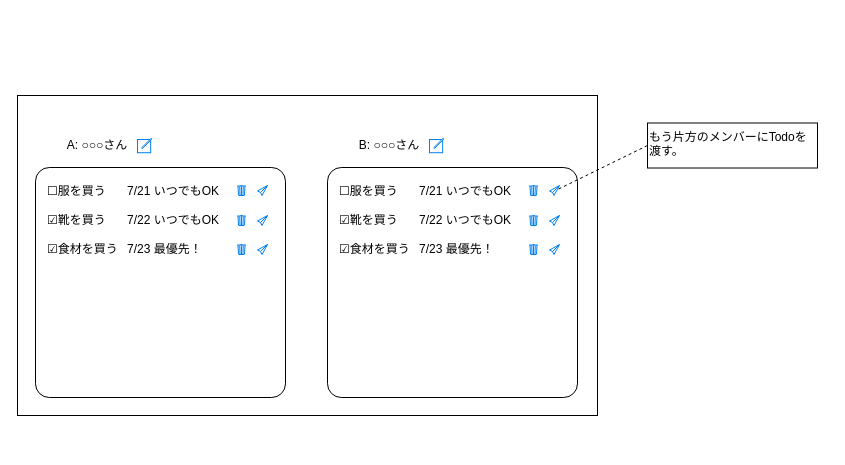
Above: page "画面イメージ" (2 of 2) of ddd/ddd-sample-app-cs/docs/ドメインモデル.drawio in atman-33/system-dev-docs (draw.io), before the change. Source tidied: cells renumbered, new cells numbered last; positions are measured from the earlier drawing's top-left corner, leaving out a move shared by most shapes. Both pictures are drawn from the tidied source at 100%, with x=0, y=0 at pixel (17, 95).
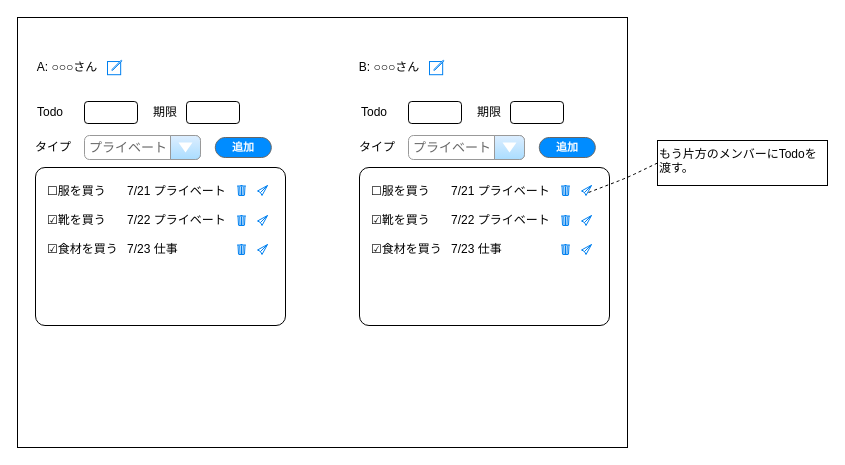
After the change.

Diff of the diagram source:
```diff
@@
     <mxCell id="2" style="rounded=0;whiteSpace=wrap;html=1;" parent="1" vertex="1">
-      <mxGeometry width="580" height="320" as="geometry" />
+      <mxGeometry y="-78" width="610" height="430" as="geometry" />
     </mxCell>
     <mxCell id="3" style="rounded=1;whiteSpace=wrap;html=1;arcSize=6;" parent="1" vertex="1">
-      <mxGeometry x="18" y="72" width="250" height="230" as="geometry" />
+      <mxGeometry x="18" y="72" width="250" height="158" as="geometry" />
     </mxCell>
     <mxCell id="4" value="A: ○○○さん" style="text;html=1;strokeColor=none;fillColor=none;align=center;verticalAlign=middle;whiteSpace=wrap;rounded=0;" parent="1" vertex="1">
-      <mxGeometry x="40" y="40" width="80" height="20" as="geometry" />
+      <mxGeometry x="10" y="-38" width="80" height="20" as="geometry" />
     </mxCell>
-    <mxCell id="5" value="&lt;span style=&quot;background-color: initial;&quot;&gt;☐服を買う&lt;span style=&quot;&quot;&gt;&#9;&lt;span style=&quot;white-space: pre;&quot;&gt;&#9;&lt;/span&gt;&lt;/span&gt;7/21&lt;span style=&quot;&quot;&gt;&#9;&lt;/span&gt;いつでもOK&lt;br&gt;&lt;br&gt;&lt;/span&gt;☑靴を買う&lt;span style=&quot;border-color: var(--border-color);&quot;&gt;&#9;&lt;span style=&quot;white-space: pre;&quot;&gt;&#9;&lt;/span&gt;&lt;/span&gt;7/22&lt;span style=&quot;border-color: var(--border-color);&quot;&gt;&amp;nbsp;&lt;/span&gt;いつでもOK&lt;br&gt;&lt;br&gt;☑食材を買う&lt;span style=&quot;border-color: var(--border-color);&quot;&gt;&#9;&lt;span style=&quot;white-space: pre;&quot;&gt;&#9;&lt;/span&gt;&lt;/span&gt;7/23&lt;span style=&quot;border-color: var(--border-color);&quot;&gt;&amp;nbsp;最優先！&lt;/span&gt;&lt;span style=&quot;background-color: initial;&quot;&gt;&lt;br&gt;&lt;/span&gt;" style="text;strokeColor=none;fillColor=none;html=1;whiteSpace=wrap;verticalAlign=top;overflow=hidden;" parent="1" vertex="1">
+    <mxCell id="5" value="&lt;span style=&quot;background-color: initial;&quot;&gt;☐服を買う&lt;span style=&quot;&quot;&gt;&#9;&lt;span style=&quot;white-space: pre;&quot;&gt;&#9;&lt;/span&gt;&lt;/span&gt;7/21&lt;span style=&quot;white-space: pre;&quot;&gt;&#9;&lt;/span&gt;プライベート&lt;br&gt;&lt;br&gt;&lt;/span&gt;☑靴を買う&lt;span style=&quot;border-color: var(--border-color);&quot;&gt;&#9;&lt;span style=&quot;white-space: pre;&quot;&gt;&#9;&lt;/span&gt;&lt;/span&gt;7/22&lt;span style=&quot;border-color: var(--border-color);&quot;&gt;&amp;nbsp;プライベート&lt;/span&gt;&lt;br&gt;&lt;br&gt;☑食材を買う&lt;span style=&quot;border-color: var(--border-color);&quot;&gt;&#9;&lt;span style=&quot;white-space: pre;&quot;&gt;&#9;&lt;/span&gt;&lt;/span&gt;7/23&lt;span style=&quot;border-color: var(--border-color);&quot;&gt;&amp;nbsp;仕事&lt;/span&gt;&lt;span style=&quot;background-color: initial;&quot;&gt;&lt;br&gt;&lt;/span&gt;" style="text;strokeColor=none;fillColor=none;html=1;whiteSpace=wrap;verticalAlign=top;overflow=hidden;" parent="1" vertex="1">
       <mxGeometry x="28" y="82" width="230" height="80" as="geometry" />
     </mxCell>
@@
     <mxCell id="9" style="html=1;verticalLabelPosition=bottom;align=center;labelBackgroundColor=#ffffff;verticalAlign=top;strokeWidth=1;strokeColor=#0080F0;shadow=0;dashed=0;shape=mxgraph.ios7.icons.edit;fontSize=12;" parent="1" vertex="1">
-      <mxGeometry x="120" y="42.8" width="14.4" height="14.4" as="geometry" />
+      <mxGeometry x="90" y="-35.2" width="14.4" height="14.4" as="geometry" />
     </mxCell>
@@
-    <mxCell id="13" style="rounded=1;whiteSpace=wrap;html=1;arcSize=6;" parent="1" vertex="1">
-      <mxGeometry x="310" y="72" width="250" height="230" as="geometry" />
-    </mxCell>
     <mxCell id="14" value="B: ○○○さん" style="text;html=1;strokeColor=none;fillColor=none;align=center;verticalAlign=middle;whiteSpace=wrap;rounded=0;" parent="1" vertex="1">
-      <mxGeometry x="332" y="40" width="80" height="20" as="geometry" />
+      <mxGeometry x="332" y="-38" width="80" height="20" as="geometry" />
     </mxCell>
-    <mxCell id="15" value="&lt;span style=&quot;background-color: initial;&quot;&gt;☐服を買う&lt;span style=&quot;&quot;&gt;&#9;&lt;span style=&quot;white-space: pre;&quot;&gt;&#9;&lt;/span&gt;&lt;/span&gt;7/21&lt;span style=&quot;&quot;&gt;&#9;&lt;/span&gt;いつでもOK&lt;br&gt;&lt;br&gt;&lt;/span&gt;☑靴を買う&lt;span style=&quot;border-color: var(--border-color);&quot;&gt;&#9;&lt;span style=&quot;white-space: pre;&quot;&gt;&#9;&lt;/span&gt;&lt;/span&gt;7/22&lt;span style=&quot;border-color: var(--border-color);&quot;&gt;&amp;nbsp;&lt;/span&gt;いつでもOK&lt;br&gt;&lt;br&gt;☑食材を買う&lt;span style=&quot;border-color: var(--border-color);&quot;&gt;&#9;&lt;span style=&quot;white-space: pre;&quot;&gt;&#9;&lt;/span&gt;&lt;/span&gt;7/23&lt;span style=&quot;border-color: var(--border-color);&quot;&gt;&amp;nbsp;最優先！&lt;/span&gt;&lt;span style=&quot;background-color: initial;&quot;&gt;&lt;br&gt;&lt;/span&gt;" style="text;strokeColor=none;fillColor=none;html=1;whiteSpace=wrap;verticalAlign=top;overflow=hidden;" parent="1" vertex="1">
-      <mxGeometry x="320" y="82" width="230" height="80" as="geometry" />
-    </mxCell>
-    <mxCell id="16" style="html=1;verticalLabelPosition=bottom;align=center;labelBackgroundColor=#ffffff;verticalAlign=top;strokeWidth=1;strokeColor=#0080F0;shadow=0;dashed=0;shape=mxgraph.ios7.icons.trashcan;fontSize=12;" parent="1" vertex="1">
-      <mxGeometry x="512" y="90" width="8" height="10" as="geometry" />
-    </mxCell>
-    <mxCell id="17" style="html=1;verticalLabelPosition=bottom;align=center;labelBackgroundColor=#ffffff;verticalAlign=top;strokeWidth=1;strokeColor=#0080F0;shadow=0;dashed=0;shape=mxgraph.ios7.icons.trashcan;fontSize=12;" parent="1" vertex="1">
-      <mxGeometry x="512" y="120" width="8" height="10" as="geometry" />
-    </mxCell>
-    <mxCell id="18" style="html=1;verticalLabelPosition=bottom;align=center;labelBackgroundColor=#ffffff;verticalAlign=top;strokeWidth=1;strokeColor=#0080F0;shadow=0;dashed=0;shape=mxgraph.ios7.icons.trashcan;fontSize=12;" parent="1" vertex="1">
-      <mxGeometry x="512" y="149" width="8" height="10" as="geometry" />
-    </mxCell>
     <mxCell id="19" style="html=1;verticalLabelPosition=bottom;align=center;labelBackgroundColor=#ffffff;verticalAlign=top;strokeWidth=1;strokeColor=#0080F0;shadow=0;dashed=0;shape=mxgraph.ios7.icons.edit;fontSize=12;" parent="1" vertex="1">
-      <mxGeometry x="412" y="42.8" width="14.4" height="14.4" as="geometry" />
+      <mxGeometry x="412" y="-35.2" width="14.4" height="14.4" as="geometry" />
     </mxCell>
-    <mxCell id="20" style="html=1;verticalLabelPosition=bottom;align=center;labelBackgroundColor=#ffffff;verticalAlign=top;strokeWidth=1;strokeColor=#0080F0;shadow=0;dashed=0;shape=mxgraph.ios7.icons.pointer;fontSize=12;" parent="1" vertex="1">
-      <mxGeometry x="532" y="90" width="10" height="10" as="geometry" />
-    </mxCell>
-    <mxCell id="21" style="html=1;verticalLabelPosition=bottom;align=center;labelBackgroundColor=#ffffff;verticalAlign=top;strokeWidth=1;strokeColor=#0080F0;shadow=0;dashed=0;shape=mxgraph.ios7.icons.pointer;fontSize=12;" parent="1" vertex="1">
-      <mxGeometry x="532" y="120" width="10" height="10" as="geometry" />
-    </mxCell>
-    <mxCell id="22" style="html=1;verticalLabelPosition=bottom;align=center;labelBackgroundColor=#ffffff;verticalAlign=top;strokeWidth=1;strokeColor=#0080F0;shadow=0;dashed=0;shape=mxgraph.ios7.icons.pointer;fontSize=12;" parent="1" vertex="1">
-      <mxGeometry x="532" y="149" width="10" height="10" as="geometry" />
-    </mxCell>
+    <mxCell id="25" value="Todo" style="text;html=1;strokeColor=none;fillColor=none;align=left;verticalAlign=middle;whiteSpace=wrap;rounded=0;" parent="1" vertex="1">
+      <mxGeometry x="18" y="2" width="32" height="30" as="geometry" />
+    </mxCell>
+    <mxCell id="26" style="rounded=1;whiteSpace=wrap;html=1;" parent="1" vertex="1">
+      <mxGeometry x="67" y="6" width="53" height="22" as="geometry" />
+    </mxCell>
+    <mxCell id="27" value="期限" style="text;html=1;strokeColor=none;fillColor=none;align=left;verticalAlign=middle;whiteSpace=wrap;rounded=0;" parent="1" vertex="1">
+      <mxGeometry x="133.5" y="2" width="32" height="30" as="geometry" />
+    </mxCell>
+    <mxCell id="28" style="rounded=1;whiteSpace=wrap;html=1;" parent="1" vertex="1">
+      <mxGeometry x="169" y="6" width="53" height="22" as="geometry" />
+    </mxCell>
+    <mxCell id="29" value="タイプ" style="text;html=1;strokeColor=none;fillColor=none;align=left;verticalAlign=middle;whiteSpace=wrap;rounded=0;" parent="1" vertex="1">
+      <mxGeometry x="16" y="37" width="50" height="30" as="geometry" />
+    </mxCell>
+    <mxCell id="30" value="プライベート" style="strokeWidth=1;shadow=0;dashed=0;align=center;html=1;shape=mxgraph.mockup.forms.comboBox;strokeColor=#999999;fillColor=#ddeeff;align=left;fillColor2=#aaddff;mainText=;fontColor=#666666;fontSize=13;spacingLeft=3;" parent="1" vertex="1">
+      <mxGeometry x="67" y="40" width="116" height="24" as="geometry" />
+    </mxCell>
+    <mxCell id="31" value="追加" style="strokeWidth=1;shadow=0;dashed=0;align=center;html=1;shape=mxgraph.mockup.buttons.button;strokeColor=#666666;fontColor=#ffffff;mainText=;buttonStyle=round;fontSize=11;fontStyle=1;fillColor=#008cff;whiteSpace=wrap;" parent="1" vertex="1">
+      <mxGeometry x="197.8" y="42" width="56" height="20" as="geometry" />
+    </mxCell>
+    <mxCell id="32" style="rounded=1;whiteSpace=wrap;html=1;arcSize=6;" parent="1" vertex="1">
+      <mxGeometry x="342" y="72" width="250" height="158" as="geometry" />
+    </mxCell>
+    <mxCell id="33" value="&lt;span style=&quot;background-color: initial;&quot;&gt;☐服を買う&lt;span style=&quot;&quot;&gt;&#9;&lt;span style=&quot;white-space: pre;&quot;&gt;&#9;&lt;/span&gt;&lt;/span&gt;7/21&lt;span style=&quot;white-space: pre;&quot;&gt;&#9;&lt;/span&gt;プライベート&lt;br&gt;&lt;br&gt;&lt;/span&gt;☑靴を買う&lt;span style=&quot;border-color: var(--border-color);&quot;&gt;&#9;&lt;span style=&quot;white-space: pre;&quot;&gt;&#9;&lt;/span&gt;&lt;/span&gt;7/22&lt;span style=&quot;border-color: var(--border-color);&quot;&gt;&amp;nbsp;プライベート&lt;/span&gt;&lt;br&gt;&lt;br&gt;☑食材を買う&lt;span style=&quot;border-color: var(--border-color);&quot;&gt;&#9;&lt;span style=&quot;white-space: pre;&quot;&gt;&#9;&lt;/span&gt;&lt;/span&gt;7/23&lt;span style=&quot;border-color: var(--border-color);&quot;&gt;&amp;nbsp;仕事&lt;/span&gt;&lt;span style=&quot;background-color: initial;&quot;&gt;&lt;br&gt;&lt;/span&gt;" style="text;strokeColor=none;fillColor=none;html=1;whiteSpace=wrap;verticalAlign=top;overflow=hidden;" parent="1" vertex="1">
+      <mxGeometry x="352" y="82" width="230" height="80" as="geometry" />
+    </mxCell>
+    <mxCell id="34" style="html=1;verticalLabelPosition=bottom;align=center;labelBackgroundColor=#ffffff;verticalAlign=top;strokeWidth=1;strokeColor=#0080F0;shadow=0;dashed=0;shape=mxgraph.ios7.icons.trashcan;fontSize=12;" parent="1" vertex="1">
+      <mxGeometry x="544" y="90" width="8" height="10" as="geometry" />
+    </mxCell>
+    <mxCell id="35" style="html=1;verticalLabelPosition=bottom;align=center;labelBackgroundColor=#ffffff;verticalAlign=top;strokeWidth=1;strokeColor=#0080F0;shadow=0;dashed=0;shape=mxgraph.ios7.icons.trashcan;fontSize=12;" parent="1" vertex="1">
+      <mxGeometry x="544" y="120" width="8" height="10" as="geometry" />
+    </mxCell>
+    <mxCell id="36" style="html=1;verticalLabelPosition=bottom;align=center;labelBackgroundColor=#ffffff;verticalAlign=top;strokeWidth=1;strokeColor=#0080F0;shadow=0;dashed=0;shape=mxgraph.ios7.icons.trashcan;fontSize=12;" parent="1" vertex="1">
+      <mxGeometry x="544" y="149" width="8" height="10" as="geometry" />
+    </mxCell>
+    <mxCell id="37" style="html=1;verticalLabelPosition=bottom;align=center;labelBackgroundColor=#ffffff;verticalAlign=top;strokeWidth=1;strokeColor=#0080F0;shadow=0;dashed=0;shape=mxgraph.ios7.icons.pointer;fontSize=12;" parent="1" vertex="1">
+      <mxGeometry x="564" y="90" width="10" height="10" as="geometry" />
+    </mxCell>
+    <mxCell id="38" style="html=1;verticalLabelPosition=bottom;align=center;labelBackgroundColor=#ffffff;verticalAlign=top;strokeWidth=1;strokeColor=#0080F0;shadow=0;dashed=0;shape=mxgraph.ios7.icons.pointer;fontSize=12;" parent="1" vertex="1">
+      <mxGeometry x="564" y="120" width="10" height="10" as="geometry" />
+    </mxCell>
+    <mxCell id="39" style="html=1;verticalLabelPosition=bottom;align=center;labelBackgroundColor=#ffffff;verticalAlign=top;strokeWidth=1;strokeColor=#0080F0;shadow=0;dashed=0;shape=mxgraph.ios7.icons.pointer;fontSize=12;" parent="1" vertex="1">
+      <mxGeometry x="564" y="149" width="10" height="10" as="geometry" />
+    </mxCell>
+    <mxCell id="40" value="Todo" style="text;html=1;strokeColor=none;fillColor=none;align=left;verticalAlign=middle;whiteSpace=wrap;rounded=0;" parent="1" vertex="1">
+      <mxGeometry x="342" y="2" width="32" height="30" as="geometry" />
+    </mxCell>
+    <mxCell id="41" style="rounded=1;whiteSpace=wrap;html=1;" parent="1" vertex="1">
+      <mxGeometry x="391" y="6" width="53" height="22" as="geometry" />
+    </mxCell>
+    <mxCell id="42" value="期限" style="text;html=1;strokeColor=none;fillColor=none;align=left;verticalAlign=middle;whiteSpace=wrap;rounded=0;" parent="1" vertex="1">
+      <mxGeometry x="457.5" y="2" width="32" height="30" as="geometry" />
+    </mxCell>
+    <mxCell id="43" style="rounded=1;whiteSpace=wrap;html=1;" parent="1" vertex="1">
+      <mxGeometry x="493" y="6" width="53" height="22" as="geometry" />
+    </mxCell>
+    <mxCell id="44" value="タイプ" style="text;html=1;strokeColor=none;fillColor=none;align=left;verticalAlign=middle;whiteSpace=wrap;rounded=0;" parent="1" vertex="1">
+      <mxGeometry x="340" y="37" width="50" height="30" as="geometry" />
+    </mxCell>
+    <mxCell id="45" value="プライベート" style="strokeWidth=1;shadow=0;dashed=0;align=center;html=1;shape=mxgraph.mockup.forms.comboBox;strokeColor=#999999;fillColor=#ddeeff;align=left;fillColor2=#aaddff;mainText=;fontColor=#666666;fontSize=13;spacingLeft=3;" parent="1" vertex="1">
+      <mxGeometry x="391" y="40" width="116" height="24" as="geometry" />
+    </mxCell>
+    <mxCell id="46" value="追加" style="strokeWidth=1;shadow=0;dashed=0;align=center;html=1;shape=mxgraph.mockup.buttons.button;strokeColor=#666666;fontColor=#ffffff;mainText=;buttonStyle=round;fontSize=11;fontStyle=1;fillColor=#008cff;whiteSpace=wrap;" parent="1" vertex="1">
+      <mxGeometry x="521.8" y="42" width="56" height="20" as="geometry" />
+    </mxCell>
+    <mxCell id="24" value="もう片方のメンバーにTodoを渡す。" style="rounded=0;whiteSpace=wrap;html=1;align=left;verticalAlign=top;" parent="1" vertex="1">
+      <mxGeometry x="640" y="45" width="170" height="45" as="geometry" />
+    </mxCell>
-    <mxCell id="23" style="edgeStyle=none;html=1;exitX=0;exitY=0.5;exitDx=0;exitDy=0;dashed=1;fontSize=12;endArrow=none;endFill=0;entryX=0.75;entryY=0.433;entryDx=0;entryDy=0;entryPerimeter=0;" parent="1" edge="1" source="24" target="20">
-      <mxGeometry relative="1" as="geometry" />
+    <mxCell id="23" style="edgeStyle=none;html=1;exitX=0;exitY=0.5;exitDx=0;exitDy=0;dashed=1;fontSize=12;endArrow=none;endFill=0;entryX=0.583;entryY=0.747;entryDx=0;entryDy=0;entryPerimeter=0;" parent="1" edge="1" source="24" target="37">
+      <mxGeometry relative="1" as="geometry">
+        <Array as="points">
+          <mxPoint x="610" y="82" />
+        </Array>
+      </mxGeometry>
     </mxCell>
-    <mxCell id="24" value="もう片方のメンバーにTodoを渡す。" style="rounded=0;whiteSpace=wrap;html=1;align=left;verticalAlign=top;" parent="1" vertex="1">
-      <mxGeometry x="630" y="27.5" width="170" height="45" as="geometry" />
-    </mxCell>
```
